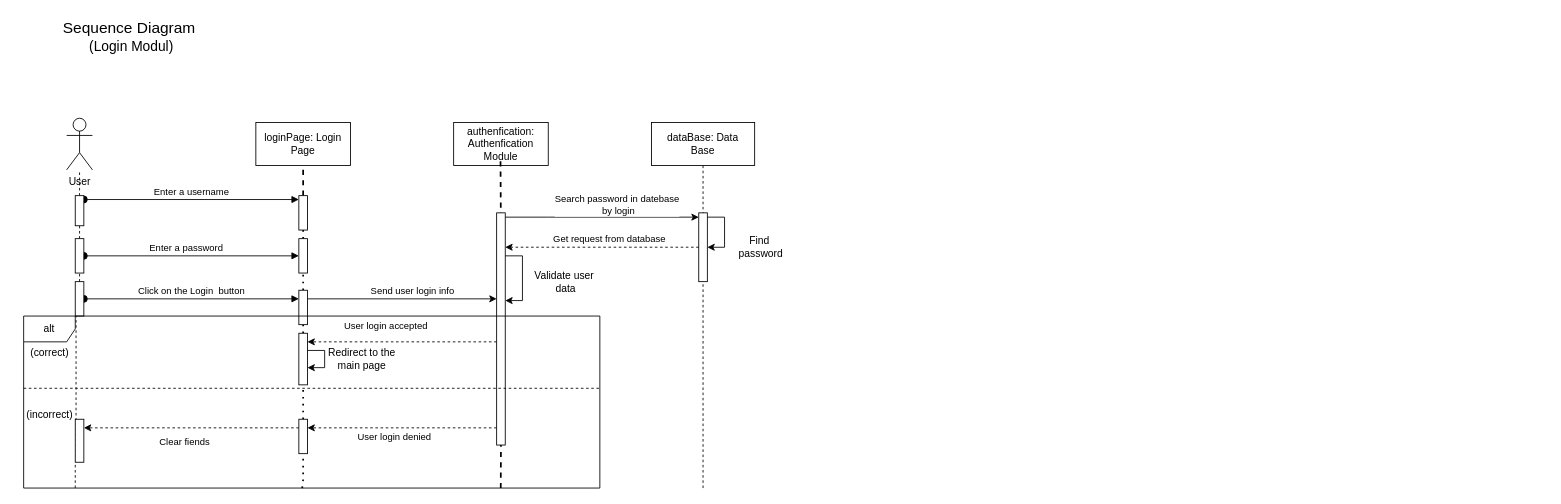
The draw.io diagram Диаграмма без названия.drawio in KhamchievAli06/Bankoop, before the edit. Source tidied: cells renumbered, new cells numbered last; positions are measured from the earlier drawing's top-left corner, leaving out a move shared by most shapes. Both pictures are drawn from the tidied source at 86%, with x=0, y=0 at pixel (15, 15).
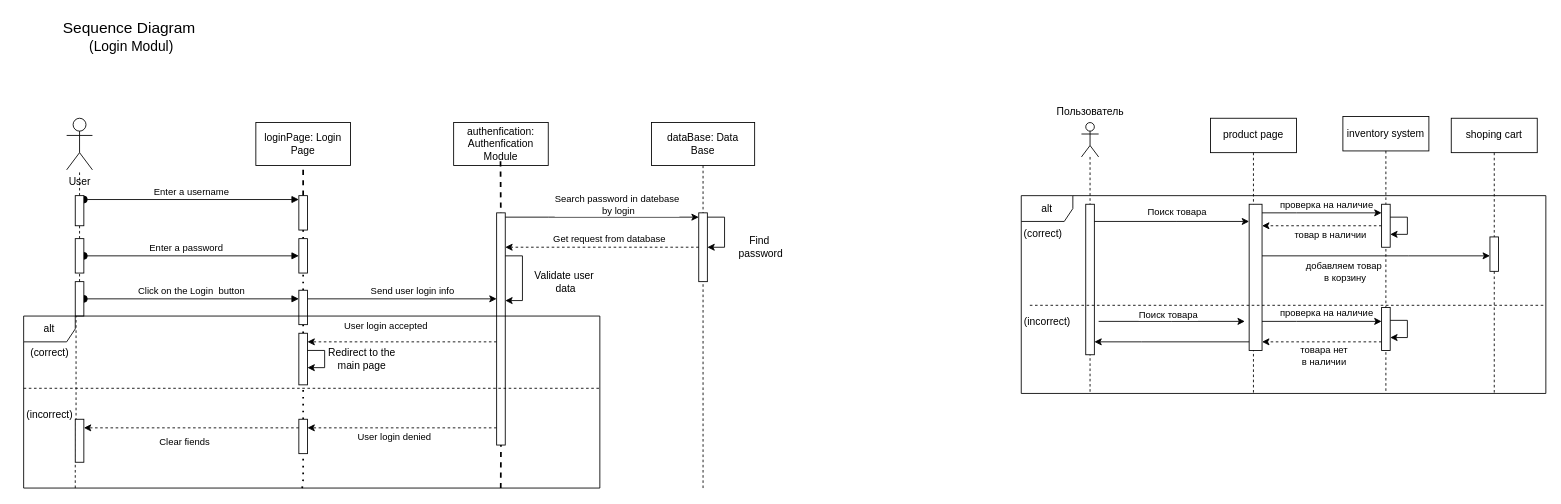
Above is the later version.

The edit, as a diff of the source:
```diff
@@
+    <mxCell id="56" style="shape=umlLifeline;perimeter=lifelinePerimeter;whiteSpace=wrap;html=1;newEdgeStyle={&quot;curved&quot;:0,&quot;rounded&quot;:0};participant=umlActor;" parent="1" vertex="1">
+      <mxGeometry x="1240" y="125" width="20" height="315" as="geometry" />
+    </mxCell>
+    <mxCell id="57" style="html=1;points=[[0,0,0,0,5],[0,1,0,0,-5],[1,0,0,0,5],[1,1,0,0,-5]];perimeter=orthogonalPerimeter;outlineConnect=0;targetShapes=umlLifeline;portConstraint=eastwest;newEdgeStyle={&quot;curved&quot;:0,&quot;rounded&quot;:0};" parent="56" vertex="1">
+      <mxGeometry x="5" y="95" width="10" height="175" as="geometry" />
+    </mxCell>
+    <mxCell id="58" value="Пользователь" style="text;html=1;align=center;verticalAlign=middle;strokeColor=none;fillColor=none;" parent="1" vertex="1">
+      <mxGeometry x="1200" y="98" width="100" height="30" as="geometry" />
+    </mxCell>
+    <mxCell id="59" value="product page" style="shape=umlLifeline;perimeter=lifelinePerimeter;whiteSpace=wrap;html=1;newEdgeStyle={&quot;curved&quot;:0,&quot;rounded&quot;:0};" parent="1" vertex="1">
+      <mxGeometry x="1390" y="120" width="100" height="320" as="geometry" />
+    </mxCell>
+    <mxCell id="60" style="html=1;points=[[0,0,0,0,5],[0,1,0,0,-5],[1,0,0,0,5],[1,1,0,0,-5]];perimeter=orthogonalPerimeter;outlineConnect=0;targetShapes=umlLifeline;portConstraint=eastwest;newEdgeStyle={&quot;curved&quot;:0,&quot;rounded&quot;:0};" parent="59" vertex="1">
+      <mxGeometry x="45" y="100" width="15" height="170" as="geometry" />
+    </mxCell>
+    <mxCell id="61" value="shoping cart" style="shape=umlLifeline;perimeter=lifelinePerimeter;whiteSpace=wrap;html=1;newEdgeStyle={&quot;curved&quot;:0,&quot;rounded&quot;:0};" parent="1" vertex="1">
+      <mxGeometry x="1670" y="120" width="100" height="320" as="geometry" />
+    </mxCell>
+    <mxCell id="62" style="html=1;points=[[0,0,0,0,5],[0,1,0,0,-5],[1,0,0,0,5],[1,1,0,0,-5]];perimeter=orthogonalPerimeter;outlineConnect=0;targetShapes=umlLifeline;portConstraint=eastwest;newEdgeStyle={&quot;curved&quot;:0,&quot;rounded&quot;:0};" parent="61" vertex="1">
+      <mxGeometry x="45" y="138" width="10" height="40" as="geometry" />
+    </mxCell>
+    <mxCell id="63" value="inventory system" style="shape=umlLifeline;perimeter=lifelinePerimeter;whiteSpace=wrap;html=1;newEdgeStyle={&quot;curved&quot;:0,&quot;rounded&quot;:0};" parent="1" vertex="1">
+      <mxGeometry x="1544" y="118" width="100" height="320" as="geometry" />
+    </mxCell>
+    <mxCell id="64" style="edgeStyle=orthogonalEdgeStyle;rounded=0;jettySize=auto;html=1;curved=0;" parent="1" edge="1" source="57" target="60">
+      <mxGeometry relative="1" as="geometry">
+        <Array as="points">
+          <mxPoint x="1350" y="240" />
+          <mxPoint x="1350" y="240" />
+        </Array>
+      </mxGeometry>
+    </mxCell>
+    <mxCell id="65" value="Поиск товара" style="edgeLabel;html=1;align=center;verticalAlign=middle;" parent="64" vertex="1">
+      <mxGeometry x="0.13" y="-2" relative="1" as="geometry">
+        <mxPoint x="-7" y="-14" as="offset" />
+      </mxGeometry>
+    </mxCell>
+    <mxCell id="66" value="alt" style="shape=umlFrame;whiteSpace=wrap;html=1;" parent="1" vertex="1">
+      <mxGeometry x="1170" y="210" width="610" height="230" as="geometry" />
+    </mxCell>
+    <mxCell id="67" style="line;strokeWidth=1;fillColor=none;align=left;verticalAlign=middle;spacingTop=-1;spacingLeft=3;spacingRight=3;labelPosition=right;strokeColor=inherit;dashed=1;" parent="1" vertex="1">
+      <mxGeometry x="1180" y="333.5" width="600" height="8" as="geometry" />
+    </mxCell>
+    <mxCell id="68" value="(correct)" style="text;html=1;align=center;verticalAlign=middle;strokeColor=none;fillColor=none;" parent="1" vertex="1">
+      <mxGeometry x="1160" y="240" width="70" height="30" as="geometry" />
+    </mxCell>
+    <mxCell id="69" value="(incorrect)" style="text;html=1;align=center;verticalAlign=middle;strokeColor=none;fillColor=none;" parent="1" vertex="1">
+      <mxGeometry x="1160" y="341.5" width="80" height="30" as="geometry" />
+    </mxCell>
+    <mxCell id="70" style="edgeStyle=orthogonalEdgeStyle;rounded=0;jettySize=auto;html=1;curved=0;dashed=1;" parent="1" edge="1" source="72" target="60">
+      <mxGeometry relative="1" as="geometry">
+        <Array as="points">
+          <mxPoint x="1470" y="245" />
+          <mxPoint x="1470" y="245" />
+        </Array>
+      </mxGeometry>
+    </mxCell>
+    <mxCell id="71" value="товар в наличии&amp;nbsp;" style="edgeLabel;html=1;align=center;verticalAlign=middle;" parent="70" vertex="1">
+      <mxGeometry x="-0.15" y="2" relative="1" as="geometry">
+        <mxPoint y="8" as="offset" />
+      </mxGeometry>
+    </mxCell>
+    <mxCell id="72" style="html=1;points=[[0,0,0,0,5],[0,1,0,0,-5],[1,0,0,0,5],[1,1,0,0,-5]];perimeter=orthogonalPerimeter;outlineConnect=0;targetShapes=umlLifeline;portConstraint=eastwest;newEdgeStyle={&quot;curved&quot;:0,&quot;rounded&quot;:0};" parent="1" vertex="1">
+      <mxGeometry x="1589" y="220" width="10" height="50" as="geometry" />
+    </mxCell>
+    <mxCell id="73" style="edgeStyle=orthogonalEdgeStyle;rounded=0;jettySize=auto;html=1;curved=0;" parent="1" edge="1" source="60" target="72">
+      <mxGeometry relative="1" as="geometry">
+        <Array as="points">
+          <mxPoint x="1490" y="230" />
+          <mxPoint x="1490" y="230" />
+        </Array>
+      </mxGeometry>
+    </mxCell>
+    <mxCell id="74" value="проверка на наличие" style="edgeLabel;html=1;align=center;verticalAlign=middle;" parent="73" vertex="1">
+      <mxGeometry x="0.07" y="-2" relative="1" as="geometry">
+        <mxPoint y="-12" as="offset" />
+      </mxGeometry>
+    </mxCell>
+    <mxCell id="75" style="edgeStyle=orthogonalEdgeStyle;rounded=0;orthogonalLoop=1;jettySize=auto;html=1;curved=0;" parent="1" edge="1" source="72" target="72">
+      <mxGeometry relative="1" as="geometry" />
+    </mxCell>
+    <mxCell id="76" style="edgeStyle=orthogonalEdgeStyle;rounded=0;jettySize=auto;html=1;curved=0;" parent="1" edge="1" source="60" target="62">
+      <mxGeometry relative="1" as="geometry">
+        <Array as="points">
+          <mxPoint x="1620" y="280" />
+          <mxPoint x="1620" y="280" />
+        </Array>
+      </mxGeometry>
+    </mxCell>
+    <mxCell id="77" value="добавляем товар&lt;div&gt;&amp;nbsp;в корзину&lt;/div&gt;" style="edgeLabel;html=1;align=center;verticalAlign=middle;" parent="76" vertex="1">
+      <mxGeometry x="-0.13" y="-1" relative="1" as="geometry">
+        <mxPoint x="-21" y="17" as="offset" />
+      </mxGeometry>
+    </mxCell>
+    <mxCell id="78" style="edgeStyle=orthogonalEdgeStyle;rounded=0;orthogonalLoop=1;jettySize=auto;html=1;curved=0;" parent="1" edge="1">
+      <mxGeometry relative="1" as="geometry">
+        <mxPoint x="1260" y="356.2" as="sourcePoint" />
+        <mxPoint x="1430" y="356.2" as="targetPoint" />
+        <Array as="points">
+          <mxPoint x="1345" y="356.2" />
+          <mxPoint x="1345" y="356.2" />
+        </Array>
+      </mxGeometry>
+    </mxCell>
+    <mxCell id="79" value="Поиск товара" style="edgeLabel;html=1;align=center;verticalAlign=middle;" parent="78" vertex="1">
+      <mxGeometry x="0.13" y="-2" relative="1" as="geometry">
+        <mxPoint x="-16" y="-10" as="offset" />
+      </mxGeometry>
+    </mxCell>
+    <mxCell id="80" style="edgeStyle=orthogonalEdgeStyle;rounded=0;orthogonalLoop=1;jettySize=auto;html=1;curved=0;" parent="1" edge="1">
+      <mxGeometry relative="1" as="geometry">
+        <mxPoint x="1450" y="356.2" as="sourcePoint" />
+        <mxPoint x="1589" y="356.2" as="targetPoint" />
+        <Array as="points">
+          <mxPoint x="1490" y="356.2" />
+          <mxPoint x="1490" y="356.2" />
+        </Array>
+      </mxGeometry>
+    </mxCell>
+    <mxCell id="81" value="проверка на наличие" style="edgeLabel;html=1;align=center;verticalAlign=middle;" parent="80" vertex="1">
+      <mxGeometry x="0.07" y="-2" relative="1" as="geometry">
+        <mxPoint y="-12" as="offset" />
+      </mxGeometry>
+    </mxCell>
+    <mxCell id="82" style="edgeStyle=orthogonalEdgeStyle;rounded=0;jettySize=auto;html=1;curved=0;dashed=1;" parent="1" edge="1" source="84" target="60">
+      <mxGeometry relative="1" as="geometry">
+        <Array as="points">
+          <mxPoint x="1560" y="380" />
+          <mxPoint x="1560" y="380" />
+        </Array>
+      </mxGeometry>
+    </mxCell>
+    <mxCell id="83" value="товара нет&lt;div&gt;в наличии&lt;/div&gt;" style="edgeLabel;html=1;align=center;verticalAlign=middle;" parent="82" vertex="1">
+      <mxGeometry x="0.41" y="2" relative="1" as="geometry">
+        <mxPoint x="30" y="13" as="offset" />
+      </mxGeometry>
+    </mxCell>
+    <mxCell id="84" style="html=1;points=[[0,0,0,0,5],[0,1,0,0,-5],[1,0,0,0,5],[1,1,0,0,-5]];perimeter=orthogonalPerimeter;outlineConnect=0;targetShapes=umlLifeline;portConstraint=eastwest;newEdgeStyle={&quot;curved&quot;:0,&quot;rounded&quot;:0};" parent="1" vertex="1">
+      <mxGeometry x="1589" y="340" width="10" height="50" as="geometry" />
+    </mxCell>
+    <mxCell id="85" style="edgeStyle=orthogonalEdgeStyle;rounded=0;orthogonalLoop=1;jettySize=auto;html=1;curved=0;" parent="1" edge="1" source="84" target="84">
+      <mxGeometry relative="1" as="geometry" />
+    </mxCell>
+    <mxCell id="86" style="edgeStyle=orthogonalEdgeStyle;rounded=0;jettySize=auto;html=1;curved=0;" parent="1" edge="1" source="60" target="57">
+      <mxGeometry relative="1" as="geometry">
+        <Array as="points">
+          <mxPoint x="1310" y="380" />
+          <mxPoint x="1310" y="380" />
+        </Array>
+      </mxGeometry>
+    </mxCell>
```
